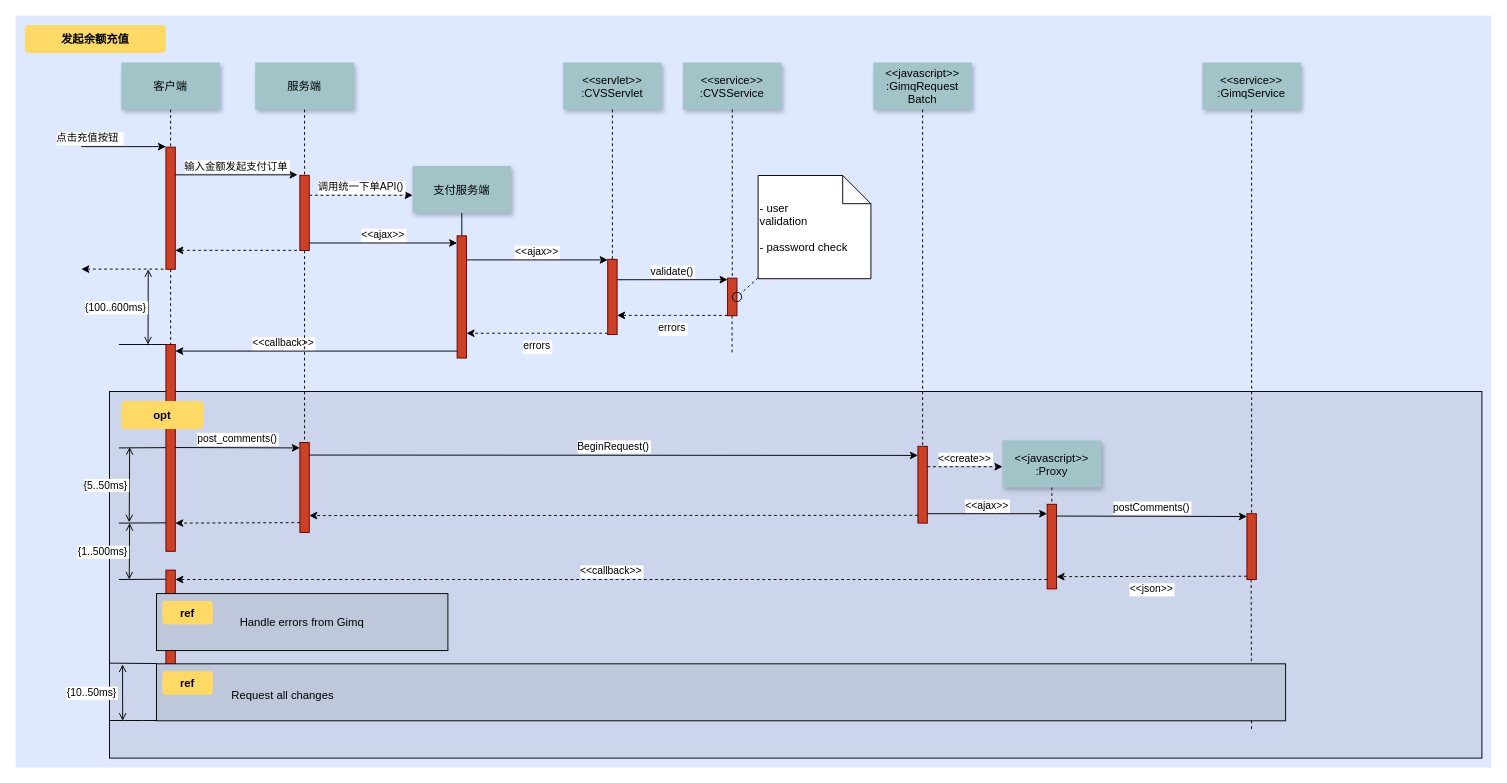
Above: Untitled Diagram.drawio in lichongbing/gitbooks (draw.io), before the change. Source tidied: cells renumbered, new cells numbered last; positions are measured from the earlier drawing's top-left corner, leaving out a move shared by most shapes. Both pictures are drawn from the tidied source at 94%, with x=0, y=0 at pixel (15, 15).
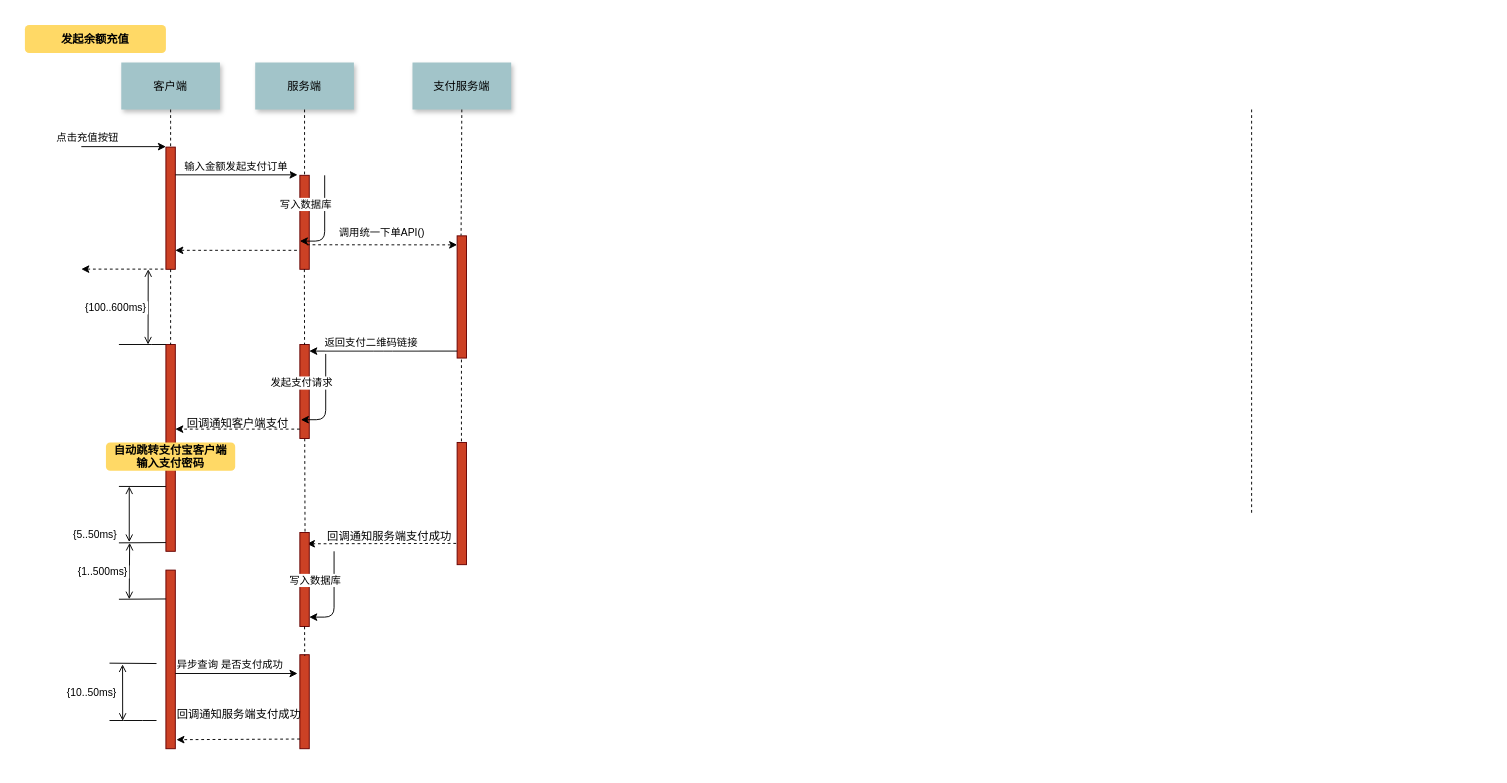
Above is the later version.

The change refers to these unchanged cells:
```xml
<mxCell id="17" style="fillColor=#CC4125;strokeColor=#660000;" parent="1" vertex="1">
  <mxGeometry x="469.8" y="234.4" width="10" height="130" as="geometry" />
</mxCell>
<mxCell id="35" style="fillColor=#CC4125;strokeColor=#660000;" parent="1" vertex="1">
  <mxGeometry x="160" y="350" width="10" height="220" as="geometry" />
</mxCell>
```

What changed in the source:
```diff
@@
-    <mxCell id="2" style="fillColor=#DEE8FF;strokeColor=none;" parent="1" vertex="1">
-      <mxGeometry width="1570" height="800" as="geometry" />
-    </mxCell>
-    <mxCell id="3" style="fillColor=#CCD5EB;" parent="1" vertex="1">
-      <mxGeometry x="100" y="400" width="1460" height="390" as="geometry" />
-    </mxCell>
-    <mxCell id="4" style="edgeStyle=elbowEdgeStyle;elbow=horizontal;endArrow=none;dashed=1;" parent="1" edge="1">
-      <mxGeometry x="1460" y="437.9" as="geometry">
-        <mxPoint x="1314.5" y="600" as="sourcePoint" />
-        <mxPoint x="1314.5" y="760" as="targetPoint" />
-      </mxGeometry>
-    </mxCell>
+    <mxCell id="75" style="edgeStyle=none;endArrow=none;dashed=1;" parent="1" edge="1">
+      <mxGeometry x="543.5" y="369.7" as="geometry">
+        <mxPoint x="474.4" y="300" as="sourcePoint" />
+        <mxPoint x="474.4" y="484.2" as="targetPoint" />
+      </mxGeometry>
+    </mxCell>
@@
     <mxCell id="8" style="fillColor=#CC4125;strokeColor=#660000;" parent="1" vertex="1">
-      <mxGeometry x="302.5" y="170" width="10" height="80" as="geometry" />
+      <mxGeometry x="302.5" y="170" width="10" height="100" as="geometry" />
     </mxCell>
@@
-    <mxCell id="14" value="调用统一下单API()" style="edgeStyle=none;verticalLabelPosition=top;verticalAlign=bottom;dashed=1;" parent="1" edge="1">
-      <mxGeometry x="385.5" y="113.9" as="geometry">
-        <mxPoint x="312.5" y="191.2" as="sourcePoint" />
-        <mxPoint x="422.5" y="191.2" as="targetPoint" />
+    <mxCell id="14" value="调用统一下单API()" style="edgeStyle=none;verticalLabelPosition=top;verticalAlign=bottom;dashed=1;exitX=0.75;exitY=0.739;exitDx=0;exitDy=0;exitPerimeter=0;" parent="1" edge="1" source="8">
+      <mxGeometry as="geometry">
+        <mxPoint x="469.8" y="244" as="targetPoint" />
+        <mxPoint y="-4" as="offset" />
       </mxGeometry>
     </mxCell>
     <mxCell id="15" value="支付服务端" style="shadow=1;fillColor=#A2C4C9;strokeColor=none;" parent="1" vertex="1">
-      <mxGeometry x="422.3" y="160" width="105" height="50" as="geometry" />
+      <mxGeometry x="422.3" y="50" width="105" height="50" as="geometry" />
     </mxCell>
-    <mxCell id="16" style="edgeStyle=none;endArrow=none;" parent="1" edge="1" source="15" target="17">
-      <mxGeometry x="437" y="270" as="geometry" />
-    </mxCell>
@@
-    <mxCell id="18" value="&lt;&lt;ajax&gt;&gt;" style="edgeStyle=elbowEdgeStyle;elbow=vertical;verticalLabelPosition=top;verticalAlign=bottom;" parent="1" edge="1" source="8" target="17">
-      <mxGeometry x="350" y="290" as="geometry" />
-    </mxCell>
-    <mxCell id="19" style="fillColor=#CC4125;strokeColor=#660000;" parent="1" vertex="1">
-      <mxGeometry x="630" y="259.4" width="10" height="80" as="geometry" />
-    </mxCell>
-    <mxCell id="20" value="&lt;&lt;servlet&gt;&gt;&#10;:CVSServlet" style="shadow=1;fillColor=#A2C4C9;strokeColor=none;" parent="1" vertex="1">
-      <mxGeometry x="582.5" y="50" width="105" height="50" as="geometry" />
-    </mxCell>
-    <mxCell id="21" style="edgeStyle=none;endArrow=none;dashed=1;" parent="1" edge="1" source="20" target="19">
-      <mxGeometry x="614.5" y="175" as="geometry" />
-    </mxCell>
-    <mxCell id="22" value="&lt;&lt;service&gt;&gt;&#10;:CVSService" style="shadow=1;fillColor=#A2C4C9;strokeColor=none;" parent="1" vertex="1">
-      <mxGeometry x="710" y="50" width="105" height="50" as="geometry" />
-    </mxCell>
-    <mxCell id="23" style="edgeStyle=none;endArrow=none;dashed=1;" parent="1" edge="1" source="22" target="24">
-      <mxGeometry x="727.3" y="165" as="geometry" />
-    </mxCell>
-    <mxCell id="24" style="fillColor=#CC4125;strokeColor=#660000;" parent="1" vertex="1">
-      <mxGeometry x="757.5" y="279.4" width="10" height="40" as="geometry" />
-    </mxCell>
-    <mxCell id="25" value="&lt;&lt;ajax&gt;&gt;" style="edgeStyle=elbowEdgeStyle;elbow=vertical;verticalLabelPosition=top;verticalAlign=bottom;" parent="1" edge="1" source="17" target="19">
-      <mxGeometry x="540" y="270" as="geometry">
-        <Array as="points">
-          <mxPoint x="550" y="260" />
-        </Array>
-      </mxGeometry>
-    </mxCell>
-    <mxCell id="26" value="errors" style="edgeStyle=elbowEdgeStyle;elbow=vertical;dashed=1;verticalLabelPosition=bottom;verticalAlign=top;" parent="1" edge="1" source="19" target="17">
-      <mxGeometry x="550" y="280" as="geometry">
-        <Array as="points">
-          <mxPoint x="553" y="338" />
-        </Array>
-      </mxGeometry>
-    </mxCell>
-    <mxCell id="27" value="&lt;&lt;javascript&gt;&gt;&#10;:GimqRequest&#10;Batch" style="shadow=1;fillColor=#A2C4C9;strokeColor=none;" parent="1" vertex="1">
-      <mxGeometry x="912.5" y="50" width="105" height="50" as="geometry" />
-    </mxCell>
@@
-    <mxCell id="29" value="validate()" style="edgeStyle=elbowEdgeStyle;elbow=vertical;verticalLabelPosition=top;verticalAlign=bottom;" parent="1" edge="1">
-      <mxGeometry x="550" y="261.7" as="geometry">
-        <mxPoint x="640" y="281.1" as="sourcePoint" />
-        <mxPoint x="757.5" y="281.1" as="targetPoint" />
-      </mxGeometry>
-    </mxCell>
-    <mxCell id="30" value="errors" style="edgeStyle=elbowEdgeStyle;elbow=vertical;dashed=1;verticalLabelPosition=bottom;verticalAlign=top;" parent="1" edge="1">
-      <mxGeometry x="560" y="309.7" as="geometry">
-        <mxPoint x="757.5" y="319" as="sourcePoint" />
-        <mxPoint x="640" y="319" as="targetPoint" />
-      </mxGeometry>
-    </mxCell>
-    <mxCell id="31" style="edgeStyle=elbowEdgeStyle;elbow=horizontal;endArrow=none;dashed=1;" parent="1" edge="1">
-      <mxGeometry x="932.3" y="240" as="geometry">
-        <mxPoint x="762.3" y="319.4" as="sourcePoint" />
-        <mxPoint x="762.3" y="360" as="targetPoint" />
-        <Array as="points">
-          <mxPoint x="762.3" y="340" />
-        </Array>
-      </mxGeometry>
-    </mxCell>
-    <mxCell id="32" style="ellipse;fillColor=none;" parent="1" vertex="1">
-      <mxGeometry x="762.5" y="294.4" width="10" height="10" as="geometry" />
-    </mxCell>
-    <mxCell id="33" value=" - user&#10; validation&#10;&#10; - password check" style="shape=note;align=left;" parent="1" vertex="1">
-      <mxGeometry x="790" y="170.2" width="120" height="109.8" as="geometry" />
-    </mxCell>
-    <mxCell id="34" style="edgeStyle=none;endArrow=none;dashed=1;" parent="1" edge="1" source="33" target="32">
-      <mxGeometry x="1030" y="180" as="geometry" />
-    </mxCell>
@@
-    <mxCell id="36" value="             &lt;&lt;callback&gt;&gt;                                " style="edgeStyle=elbowEdgeStyle;elbow=vertical;dashed=0;verticalLabelPosition=top;verticalAlign=bottom;align=right;" parent="1" edge="1" source="17" target="35">
-      <mxGeometry x="190" y="329.8" as="geometry" />
+    <mxCell id="36" value="返回支付二维码链接" style="edgeStyle=elbowEdgeStyle;elbow=vertical;dashed=0;verticalLabelPosition=top;verticalAlign=bottom;align=right;" parent="1" edge="1" source="17" target="80">
+      <mxGeometry as="geometry">
+        <mxPoint x="39" as="offset" />
+      </mxGeometry>
     </mxCell>
@@
-    <mxCell id="40" style="fillColor=#CC4125;strokeColor=#660000;" parent="1" vertex="1">
-      <mxGeometry x="302.5" y="454.2" width="10" height="95.8" as="geometry" />
-    </mxCell>
-    <mxCell id="41" style="fillColor=#CC4125;strokeColor=#660000;" parent="1" vertex="1">
-      <mxGeometry x="960" y="458.3" width="10" height="81.7" as="geometry" />
-    </mxCell>
-    <mxCell id="42" style="edgeStyle=none;endArrow=none;dashed=1;" parent="1" edge="1" source="27" target="41">
-      <mxGeometry x="956.6" y="205" as="geometry" />
-    </mxCell>
-    <mxCell id="43" value="post_comments()" style="edgeStyle=elbowEdgeStyle;elbow=vertical;verticalLabelPosition=top;verticalAlign=bottom;" parent="1" edge="1">
-      <mxGeometry x="212.5" y="469.6" as="geometry">
-        <mxPoint x="170" y="459.6" as="sourcePoint" />
-        <mxPoint x="302.5" y="459.6" as="targetPoint" />
-      </mxGeometry>
-    </mxCell>
-    <mxCell id="44" style="edgeStyle=none;endArrow=none;dashed=1;" parent="1" edge="1" source="8" target="40">
-      <mxGeometry x="376.6" y="339.7" as="geometry" />
-    </mxCell>
-    <mxCell id="45" value="BeginRequest()" style="edgeStyle=elbowEdgeStyle;elbow=vertical;verticalLabelPosition=top;verticalAlign=bottom;" parent="1" edge="1">
-      <mxGeometry x="530" y="436.8" as="geometry">
-        <mxPoint x="312.5" y="467.6" as="sourcePoint" />
-        <mxPoint x="960" y="467.6" as="targetPoint" />
-      </mxGeometry>
-    </mxCell>
-    <mxCell id="46" style="edgeStyle=elbowEdgeStyle;elbow=vertical;dashed=1;verticalLabelPosition=bottom;verticalAlign=top;" parent="1" edge="1">
-      <mxGeometry x="530" y="549.1" as="geometry">
-        <mxPoint x="960" y="531.7" as="sourcePoint" />
-        <mxPoint x="312.5" y="531.7" as="targetPoint" />
+    <mxCell id="46" style="edgeStyle=elbowEdgeStyle;elbow=vertical;dashed=1;verticalLabelPosition=bottom;verticalAlign=top;exitX=-0.098;exitY=0.596;exitDx=0;exitDy=0;exitPerimeter=0;" parent="1" edge="1">
+      <mxGeometry x="530" y="579.1" as="geometry">
+        <mxPoint x="468.8" y="561.6" as="sourcePoint" />
+        <mxPoint x="310" y="562" as="targetPoint" />
+        <Array as="points">
+          <mxPoint x="360" y="562" />
+          <mxPoint x="470" y="562" />
+        </Array>
       </mxGeometry>
     </mxCell>
-    <mxCell id="47" value="&lt;&lt;javascript&gt;&gt;&#10;:Proxy" style="shadow=1;fillColor=#A2C4C9;strokeColor=none;" parent="1" vertex="1">
-      <mxGeometry x="1050" y="452.1" width="105" height="50" as="geometry" />
-    </mxCell>
-    <mxCell id="48" style="edgeStyle=none;endArrow=none;dashed=1;" parent="1" edge="1" source="47" target="49">
-      <mxGeometry x="1204.1" y="380.1" as="geometry" />
-    </mxCell>
-    <mxCell id="49" style="fillColor=#CC4125;strokeColor=#660000;" parent="1" vertex="1">
-      <mxGeometry x="1097.5" y="520" width="10" height="90" as="geometry" />
-    </mxCell>
-    <mxCell id="50" style="fillColor=#CC4125;strokeColor=#660000;" parent="1" vertex="1">
-      <mxGeometry x="1310" y="530" width="10" height="70" as="geometry" />
-    </mxCell>
-    <mxCell id="51" value="&lt;&lt;create&gt;&gt;" style="edgeStyle=elbowEdgeStyle;elbow=vertical;verticalLabelPosition=top;verticalAlign=bottom;dashed=1;" parent="1" edge="1" source="41" target="47">
-      <mxGeometry x="901.2" y="322.5" as="geometry" />
-    </mxCell>
-    <mxCell id="52" value="&lt;&lt;ajax&gt;&gt;" style="edgeStyle=elbowEdgeStyle;elbow=vertical;verticalLabelPosition=top;verticalAlign=bottom;" parent="1" edge="1" source="41" target="49">
-      <mxGeometry x="1065" y="359.5" as="geometry" />
-    </mxCell>
-    <mxCell id="53" value="postComments()" style="edgeStyle=elbowEdgeStyle;elbow=vertical;verticalLabelPosition=top;verticalAlign=bottom;" parent="1" edge="1">
-      <mxGeometry x="1225" y="309.5" as="geometry">
-        <mxPoint x="1107.5" y="532.5" as="sourcePoint" />
-        <mxPoint x="1310" y="532.5" as="targetPoint" />
-      </mxGeometry>
-    </mxCell>
-    <mxCell id="54" value="&lt;&lt;json&gt;&gt;" style="edgeStyle=elbowEdgeStyle;elbow=vertical;dashed=1;verticalLabelPosition=bottom;verticalAlign=top;" parent="1" edge="1">
-      <mxGeometry x="1075" y="396" as="geometry">
-        <mxPoint x="1310" y="596.5" as="sourcePoint" />
-        <mxPoint x="1107.5" y="596.5" as="targetPoint" />
-      </mxGeometry>
-    </mxCell>
-    <mxCell id="55" value="&lt;&lt;service&gt;&gt;&#10;:GimqService" style="shadow=1;fillColor=#A2C4C9;strokeColor=none;" parent="1" vertex="1">
-      <mxGeometry x="1262.5" y="50" width="105" height="50" as="geometry" />
-    </mxCell>
-    <mxCell id="56" style="edgeStyle=none;endArrow=none;dashed=1;" parent="1" edge="1" source="55" target="50">
-      <mxGeometry x="1174.1" y="210" as="geometry" />
+    <mxCell id="56" style="edgeStyle=none;endArrow=none;dashed=1;" parent="1" edge="1">
+      <mxGeometry x="1174.1" y="210" as="geometry">
+        <mxPoint x="1315" y="100" as="sourcePoint" />
+        <mxPoint x="1315" y="530" as="targetPoint" />
+      </mxGeometry>
     </mxCell>
     <mxCell id="57" style="fillColor=#CC4125;strokeColor=#660000;" parent="1" vertex="1">
-      <mxGeometry x="160" y="590" width="10" height="130" as="geometry" />
+      <mxGeometry x="160" y="590" width="10" height="190" as="geometry" />
     </mxCell>
-    <mxCell id="58" style="edgeStyle=elbowEdgeStyle;elbow=vertical;dashed=1;verticalLabelPosition=bottom;verticalAlign=top;" parent="1" edge="1">
-      <mxGeometry x="507.5" y="664.3" as="geometry">
-        <mxPoint x="302.5" y="539.5" as="sourcePoint" />
-        <mxPoint x="170" y="539.5" as="targetPoint" />
-      </mxGeometry>
-    </mxCell>
-    <mxCell id="59" value="&lt;&lt;callback&gt;&gt;" style="edgeStyle=elbowEdgeStyle;elbow=vertical;dashed=1;verticalLabelPosition=bottom;verticalAlign=bottom;" parent="1" edge="1" source="49" target="57">
-      <mxGeometry x="540" y="559.1" as="geometry" />
-    </mxCell>
@@
-    <mxCell id="61" value="opt" style="rounded=1;fontStyle=1;fillColor=#FFD966;strokeColor=none;" parent="1" vertex="1">
-      <mxGeometry x="112.5" y="410" width="87.5" height="30" as="geometry" />
+    <mxCell id="61" value="自动跳转支付宝客户端&#10;输入支付密码" style="rounded=1;fontStyle=1;fillColor=#FFD966;strokeColor=none;" parent="1" vertex="1">
+      <mxGeometry x="96.2" y="454.2" width="137.5" height="30" as="geometry" />
     </mxCell>
-    <mxCell id="62" value="Handle errors from Gimq" style="fillColor=#BFC8DB;" parent="1" vertex="1">
-      <mxGeometry x="150" y="615" width="310" height="60.6" as="geometry" />
-    </mxCell>
-    <mxCell id="63" value="ref" style="rounded=1;fontStyle=1;fillColor=#FFD966;strokeColor=none;" parent="1" vertex="1">
-      <mxGeometry x="156.2" y="622.9" width="53.8" height="25" as="geometry" />
-    </mxCell>
-    <mxCell id="64" style="align=left;fillColor=#BFC8DB;" parent="1" vertex="1">
-      <mxGeometry x="150" y="689.7" width="1201.2" height="60.6" as="geometry" />
-    </mxCell>
-    <mxCell id="65" value="ref" style="rounded=1;fontStyle=1;fillColor=#FFD966;strokeColor=none;" parent="1" vertex="1">
-      <mxGeometry x="156.2" y="697.6" width="53.8" height="25" as="geometry" />
-    </mxCell>
-    <mxCell id="66" value="Request all changes" style="text;align=left;" parent="1" vertex="1">
-      <mxGeometry x="228.1" y="710.1" width="351.8" height="26" as="geometry" />
-    </mxCell>
     <mxCell id="67" style="edgeStyle=elbowEdgeStyle;elbow=vertical;endArrow=none;" parent="1" edge="1">
-      <mxGeometry x="60" y="419.7" as="geometry">
-        <mxPoint x="160" y="459.7" as="sourcePoint" />
-        <mxPoint x="110" y="459.7" as="targetPoint" />
+      <mxGeometry x="60" y="461.1" as="geometry">
+        <mxPoint x="160" y="501.1" as="sourcePoint" />
+        <mxPoint x="110" y="501.1" as="targetPoint" />
       </mxGeometry>
     </mxCell>
     <mxCell id="68" style="edgeStyle=elbowEdgeStyle;elbow=vertical;endArrow=none;" parent="1" edge="1">
-      <mxGeometry x="60" y="499.7" as="geometry">
-        <mxPoint x="160" y="539.7" as="sourcePoint" />
-        <mxPoint x="110" y="539.7" as="targetPoint" />
+      <mxGeometry x="60" y="520.7" as="geometry">
+        <mxPoint x="160" y="560.7" as="sourcePoint" />
+        <mxPoint x="110" y="560.7" as="targetPoint" />
       </mxGeometry>
     </mxCell>
     <mxCell id="69" style="edgeStyle=elbowEdgeStyle;elbow=vertical;endArrow=none;" parent="1" edge="1">
-      <mxGeometry x="60" y="559.7" as="geometry">
-        <mxPoint x="160" y="599.7" as="sourcePoint" />
-        <mxPoint x="110" y="599.7" as="targetPoint" />
+      <mxGeometry x="60" y="580.7" as="geometry">
+        <mxPoint x="160" y="620.7" as="sourcePoint" />
+        <mxPoint x="110" y="620.7" as="targetPoint" />
       </mxGeometry>
     </mxCell>
@@
     <mxCell id="72" value="{5..50ms}" style="edgeStyle=elbowEdgeStyle;elbow=horizontal;startArrow=open;endArrow=open;labelPosition=left;align=right;" parent="1" edge="1">
-      <mxGeometry x="41.4" y="479.2" as="geometry">
-        <mxPoint x="121.4" y="459.2" as="sourcePoint" />
-        <mxPoint x="121.4" y="539.2" as="targetPoint" />
+      <mxGeometry y="21" as="geometry">
+        <mxPoint x="121" y="501" as="sourcePoint" />
+        <mxPoint x="121.4" y="560.2" as="targetPoint" />
+        <mxPoint x="-11" y="21" as="offset" />
       </mxGeometry>
     </mxCell>
     <mxCell id="73" value="{1..500ms}" style="edgeStyle=elbowEdgeStyle;elbow=horizontal;startArrow=open;endArrow=open;labelPosition=left;align=right;" parent="1" edge="1">
-      <mxGeometry x="42.9" y="560" as="geometry">
-        <mxPoint x="121.4" y="540" as="sourcePoint" />
-        <mxPoint x="121.4" y="600" as="targetPoint" />
+      <mxGeometry x="42.9" y="581" as="geometry">
+        <mxPoint x="121.4" y="561" as="sourcePoint" />
+        <mxPoint x="121.4" y="621" as="targetPoint" />
       </mxGeometry>
     </mxCell>
@@
+    <mxCell id="76" style="edgeStyle=none;endArrow=none;dashed=1;exitX=0.5;exitY=1;exitDx=0;exitDy=0;" parent="1" edge="1" source="15">
+      <mxGeometry x="440.8" y="165.4" as="geometry">
+        <mxPoint x="474" y="234" as="targetPoint" />
+      </mxGeometry>
+    </mxCell>
+    <mxCell id="77" style="fillColor=#CC4125;strokeColor=#660000;" parent="1" vertex="1">
+      <mxGeometry x="469.8" y="454.2" width="10" height="130" as="geometry" />
+    </mxCell>
+    <mxCell id="78" style="fillColor=#CC4125;strokeColor=#660000;" parent="1" vertex="1">
+      <mxGeometry x="302.5" y="550" width="10" height="100" as="geometry" />
+    </mxCell>
+    <mxCell id="79" style="edgeStyle=none;endArrow=none;dashed=1;verticalAlign=bottom;" parent="1" edge="1" source="80">
+      <mxGeometry x="376.3" y="339.7" as="geometry">
+        <mxPoint x="308" y="550" as="targetPoint" />
+      </mxGeometry>
+    </mxCell>
+    <mxCell id="80" style="fillColor=#CC4125;strokeColor=#660000;" parent="1" vertex="1">
+      <mxGeometry x="302.5" y="350" width="10" height="100" as="geometry" />
+    </mxCell>
+    <mxCell id="81" style="edgeStyle=none;endArrow=none;dashed=1;entryX=0.5;entryY=0;entryDx=0;entryDy=0;" parent="1" edge="1" target="80">
+      <mxGeometry x="376.3" y="339.7" as="geometry">
+        <mxPoint x="307.3" y="270" as="sourcePoint" />
+      </mxGeometry>
+    </mxCell>
+    <mxCell id="82" value="发起支付请求" style="edgeStyle=elbowEdgeStyle;elbow=vertical;dashed=0;verticalLabelPosition=top;verticalAlign=bottom;align=right;entryX=0.106;entryY=0.797;entryDx=0;entryDy=0;entryPerimeter=0;" parent="1" edge="1" target="80">
+      <mxGeometry as="geometry">
+        <mxPoint x="330" y="360" as="sourcePoint" />
+        <Array as="points">
+          <mxPoint x="310" y="430" />
+          <mxPoint x="260" y="397" />
+        </Array>
+        <mxPoint x="23" y="5" as="offset" />
+      </mxGeometry>
+    </mxCell>
+    <mxCell id="83" style="edgeStyle=elbowEdgeStyle;elbow=vertical;dashed=1;verticalLabelPosition=bottom;verticalAlign=top;exitX=-0.003;exitY=0.9;exitDx=0;exitDy=0;exitPerimeter=0;" parent="1" edge="1" source="80">
+      <mxGeometry x="390" y="457.4" as="geometry">
+        <mxPoint x="170" y="440.4" as="targetPoint" />
+      </mxGeometry>
+    </mxCell>
+    <mxCell id="84" value="回调通知客户端支付" style="text;align=left;" parent="1" vertex="1">
+      <mxGeometry x="180.6" y="420" width="89.4" height="26" as="geometry" />
+    </mxCell>
+    <mxCell id="85" value="回调通知服务端支付成功" style="text;align=left;" parent="1" vertex="1">
+      <mxGeometry x="330" y="540" width="89.4" height="26" as="geometry" />
+    </mxCell>
+    <mxCell id="86" value="写入数据库" style="edgeStyle=elbowEdgeStyle;elbow=vertical;dashed=0;verticalLabelPosition=top;verticalAlign=bottom;align=right;entryX=0.106;entryY=0.797;entryDx=0;entryDy=0;entryPerimeter=0;" parent="1" edge="1">
+      <mxGeometry x="-1.1" y="-190" as="geometry">
+        <mxPoint x="328.9" y="170" as="sourcePoint" />
+        <mxPoint x="302.5" y="239.7" as="targetPoint" />
+        <Array as="points">
+          <mxPoint x="308.9" y="240" />
+          <mxPoint x="258.9" y="207" />
+        </Array>
+        <mxPoint x="23" y="5" as="offset" />
+      </mxGeometry>
+    </mxCell>
+    <mxCell id="87" value="写入数据库" style="edgeStyle=elbowEdgeStyle;elbow=vertical;dashed=0;verticalLabelPosition=top;verticalAlign=bottom;align=right;entryX=0.106;entryY=0.797;entryDx=0;entryDy=0;entryPerimeter=0;" parent="1" edge="1">
+      <mxGeometry x="8.9" y="210" as="geometry">
+        <mxPoint x="338.9" y="570" as="sourcePoint" />
+        <mxPoint x="312.5" y="639.7" as="targetPoint" />
+        <Array as="points">
+          <mxPoint x="318.9" y="640" />
+          <mxPoint x="268.9" y="607" />
+        </Array>
+        <mxPoint x="23" y="5" as="offset" />
+      </mxGeometry>
+    </mxCell>
+    <mxCell id="88" value="异步查询 是否支付成功 " style="edgeStyle=none;verticalLabelPosition=top;verticalAlign=bottom;" parent="1" edge="1">
+      <mxGeometry as="geometry">
+        <mxPoint x="170" y="700" as="sourcePoint" />
+        <mxPoint x="300" y="700" as="targetPoint" />
+        <mxPoint x="-5" as="offset" />
+      </mxGeometry>
+    </mxCell>
+    <mxCell id="89" style="fillColor=#CC4125;strokeColor=#660000;" parent="1" vertex="1">
+      <mxGeometry x="302.5" y="680" width="10" height="100" as="geometry" />
+    </mxCell>
+    <mxCell id="90" value="回调通知服务端支付成功" style="text;align=left;" parent="1" vertex="1">
+      <mxGeometry x="170" y="730" width="89.4" height="26" as="geometry" />
+    </mxCell>
+    <mxCell id="91" style="edgeStyle=elbowEdgeStyle;elbow=vertical;dashed=1;verticalLabelPosition=bottom;verticalAlign=top;exitX=0.01;exitY=0.897;exitDx=0;exitDy=0;exitPerimeter=0;" parent="1" edge="1" source="89">
+      <mxGeometry x="391.2" y="787.4" as="geometry">
+        <mxPoint x="171.2" y="770.4" as="targetPoint" />
+        <Array as="points">
+          <mxPoint x="221.2" y="770.4" />
+          <mxPoint x="331.2" y="770.4" />
+        </Array>
+      </mxGeometry>
+    </mxCell>
+    <mxCell id="92" style="edgeStyle=none;endArrow=none;dashed=1;verticalAlign=bottom;entryX=0.519;entryY=0.012;entryDx=0;entryDy=0;entryPerimeter=0;exitX=0.5;exitY=1;exitDx=0;exitDy=0;" parent="1" edge="1" source="78" target="89">
+      <mxGeometry x="375.9" y="499.7" as="geometry" />
+    </mxCell>
```
